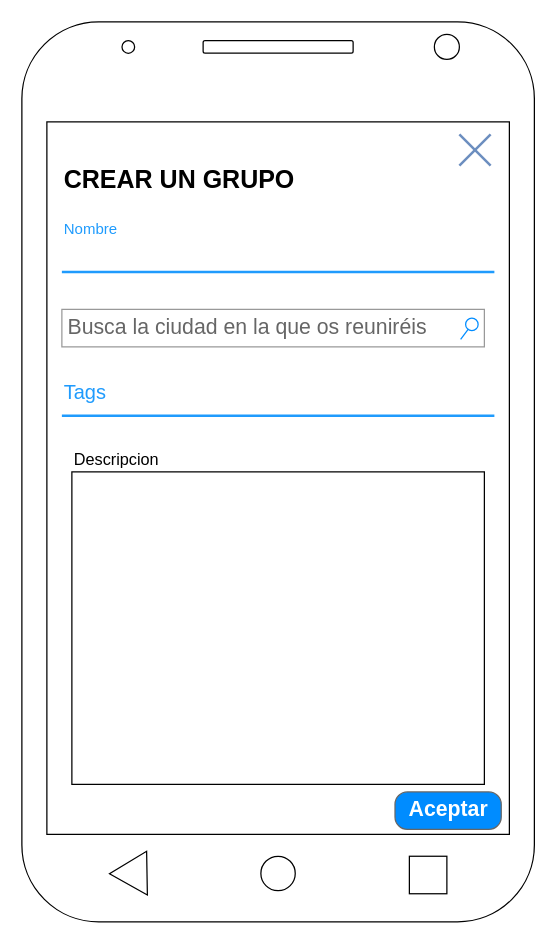
Before: P2/sketch/PantallaCrearGrupo.drawio in PepeNavarro7/DIU20, a draw.io diagram. Source tidied: cells renumbered, new cells numbered last; positions are measured from the earlier drawing's top-left corner, leaving out a move shared by most shapes. Both pictures are drawn from the tidied source at 125%, with x=0, y=0 at pixel (21, 21).
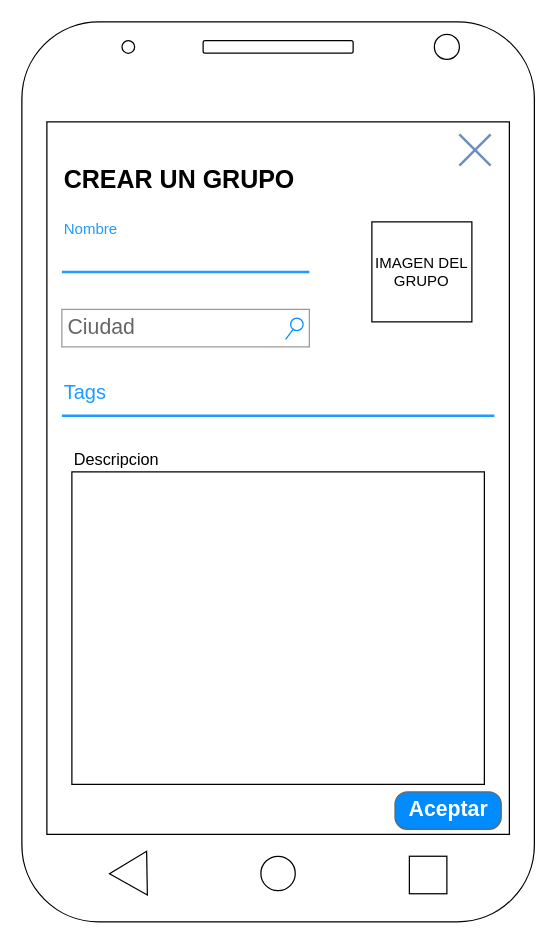
After the change.

Change to the diagram source:
```diff
@@
     <mxCell id="13" style="dashed=0;shape=line;strokeWidth=2;noLabel=1;strokeColor=#1F9BFD;" parent="1" vertex="1">
-      <mxGeometry x="32" y="195" width="346" height="10" as="geometry" />
+      <mxGeometry x="32" y="195" width="198" height="10" as="geometry" />
     </mxCell>
@@
-    <mxCell id="21" value="Busca la ciudad en la que os reuniréis" style="strokeWidth=1;shadow=0;dashed=0;align=center;html=1;shape=mxgraph.mockup.forms.searchBox;strokeColor=#999999;mainText=;strokeColor2=#008cff;fontColor=#666666;fontSize=17;align=left;spacingLeft=3;" parent="1" vertex="1">
-      <mxGeometry x="32" y="230" width="338" height="30" as="geometry" />
+    <mxCell id="21" value="Ciudad" style="strokeWidth=1;shadow=0;dashed=0;align=center;html=1;shape=mxgraph.mockup.forms.searchBox;strokeColor=#999999;mainText=;strokeColor2=#008cff;fontColor=#666666;fontSize=17;align=left;spacingLeft=3;" parent="1" vertex="1">
+      <mxGeometry x="32" y="230" width="198" height="30" as="geometry" />
     </mxCell>
+    <mxCell id="22" value="IMAGEN DEL GRUPO" style="whiteSpace=wrap;html=1;" parent="1" vertex="1">
+      <mxGeometry x="280" y="160" width="80" height="80" as="geometry" />
+    </mxCell>
```
